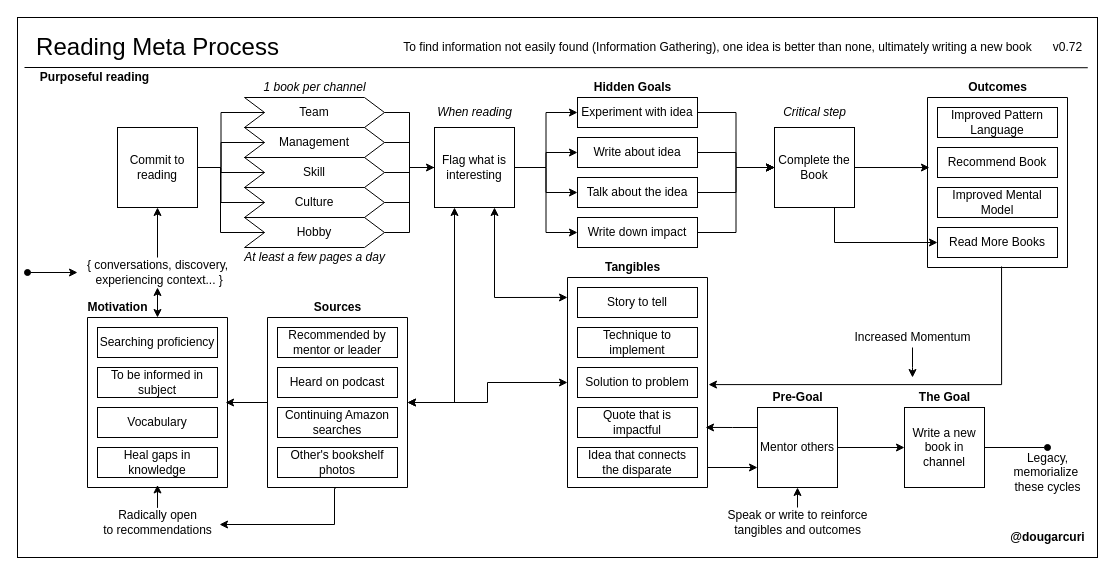
This is books/diagrams/reading-process.drawio from solidi/learning-notes, a draw.io file, before an edit. Source tidied: cells renumbered, new cells numbered last; positions are measured from the earlier drawing's top-left corner, leaving out a move shared by most shapes. Both pictures are drawn from the tidied source at 100%, with x=0, y=0 at pixel (17, 17).
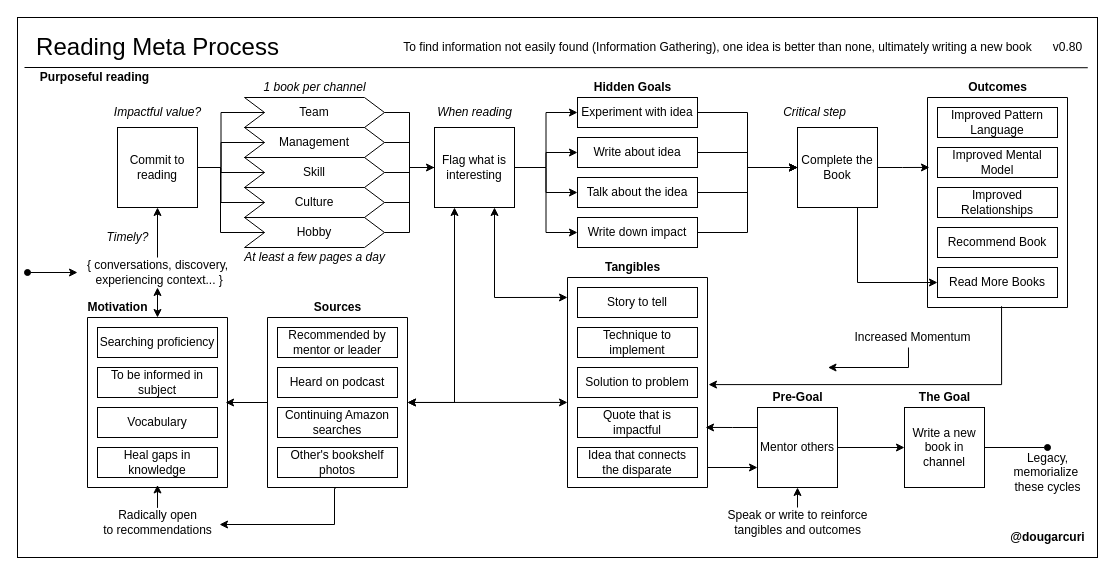
The same diagram, later.

Commit message (it also covers changes not shown here):
Add relationships and being timely in the reading meta diagram

Unchanged cells that the change refers to:
```xml
<mxCell id="6" style="verticalLabelPosition=bottom;verticalAlign=top;html=1;shape=mxgraph.basic.rect;fillColor2=none;strokeWidth=1;size=20;indent=5;fillColor=none;" parent="1" vertex="1">
  <mxGeometry x="550" y="260" width="140" height="210" as="geometry" />
</mxCell>
<mxCell id="70" style="verticalLabelPosition=bottom;verticalAlign=top;html=1;shape=mxgraph.basic.rect;fillColor2=none;strokeWidth=1;size=20;indent=5;fillColor=none;" parent="1" vertex="1">
  <mxGeometry x="250" y="300" width="140" height="170" as="geometry" />
</mxCell>
<mxCell id="93" value="Increased Momentum" style="text;html=1;align=center;verticalAlign=middle;points=[];" parent="1" vertex="1">
  <mxGeometry x="830" y="310" width="130" height="20" as="geometry" />
</mxCell>
```

The edit, as a diff of the source:
```diff
@@
     <mxCell id="4" style="verticalLabelPosition=bottom;verticalAlign=top;html=1;shape=mxgraph.basic.rect;fillColor2=none;strokeWidth=1;size=20;indent=5;fillColor=none;" parent="1" vertex="1">
-      <mxGeometry x="910" y="80" width="140" height="170" as="geometry" />
+      <mxGeometry x="910" y="80" width="140" height="210" as="geometry" />
     </mxCell>
@@
-    <mxCell id="27" value="v0.72" style="text;html=1;align=center;verticalAlign=middle;" parent="1" vertex="1">
+    <mxCell id="27" value="v0.80" style="text;html=1;align=center;verticalAlign=middle;" parent="1" vertex="1">
       <mxGeometry x="1030" y="20" width="40" height="20" as="geometry" />
     </mxCell>
@@
     <mxCell id="40" value="Recommend Book" style="rounded=0;whiteSpace=wrap;html=1;" parent="1" vertex="1">
-      <mxGeometry x="920" y="130" width="120" height="30" as="geometry" />
+      <mxGeometry x="920" y="210" width="120" height="30" as="geometry" />
     </mxCell>
     <mxCell id="41" value="Improved Mental Model" style="rounded=0;whiteSpace=wrap;html=1;" parent="1" vertex="1">
-      <mxGeometry x="920" y="170" width="120" height="30" as="geometry" />
+      <mxGeometry x="920" y="130" width="120" height="30" as="geometry" />
     </mxCell>
     <mxCell id="42" value="Read More Books" style="rounded=0;whiteSpace=wrap;html=1;" parent="1" vertex="1">
-      <mxGeometry x="920" y="210" width="120" height="30" as="geometry" />
+      <mxGeometry x="920" y="250" width="120" height="30" as="geometry" />
     </mxCell>
-    <mxCell id="43" style="edgeStyle=orthogonalEdgeStyle;rounded=0;jettySize=auto;html=1;exitX=1;exitY=0.5;exitDx=0;exitDy=0;entryX=0.014;entryY=0.412;entryDx=0;entryDy=0;entryPerimeter=0;startArrow=none;startFill=0;endArrow=classic;endFill=1;" parent="1" edge="1" source="45" target="4">
+    <mxCell id="43" style="edgeStyle=orthogonalEdgeStyle;rounded=0;jettySize=auto;html=1;exitX=1;exitY=0.5;exitDx=0;exitDy=0;entryX=0.014;entryY=0.333;entryDx=0;entryDy=0;entryPerimeter=0;startArrow=none;startFill=0;endArrow=classic;endFill=1;" parent="1" edge="1" source="45" target="4">
       <mxGeometry relative="1" as="geometry" />
     </mxCell>
@@
     <mxCell id="45" value="Complete the Book" style="whiteSpace=wrap;html=1;" parent="1" vertex="1">
-      <mxGeometry x="757" y="110" width="80" height="80" as="geometry" />
+      <mxGeometry x="780" y="110" width="80" height="80" as="geometry" />
     </mxCell>
@@
-    <mxCell id="61" style="edgeStyle=orthogonalEdgeStyle;rounded=0;jettySize=auto;html=1;startArrow=classic;startFill=1;endArrow=classic;endFill=1;" parent="1" edge="1" source="70" target="6">
+    <mxCell id="61" style="edgeStyle=orthogonalEdgeStyle;rounded=0;jettySize=auto;html=1;startArrow=classic;startFill=1;endArrow=classic;endFill=1;entryX=0;entryY=0.595;entryDx=0;entryDy=0;entryPerimeter=0;" parent="1" edge="1" source="70" target="6">
       <mxGeometry relative="1" as="geometry" />
     </mxCell>
@@
-    <mxCell id="92" style="edgeStyle=orthogonalEdgeStyle;rounded=0;jettySize=auto;html=1;startArrow=none;startFill=0;endArrow=classic;endFill=1;" parent="1" edge="1" source="93">
+    <mxCell id="92" style="edgeStyle=orthogonalEdgeStyle;rounded=0;jettySize=auto;html=1;startArrow=none;startFill=0;endArrow=classic;endFill=1;exitX=0.469;exitY=1;exitDx=0;exitDy=0;exitPerimeter=0;" parent="1" edge="1" source="93">
       <mxGeometry relative="1" as="geometry">
-        <mxPoint x="895" y="360" as="targetPoint" />
+        <mxPoint x="810" y="350" as="targetPoint" />
       </mxGeometry>
     </mxCell>
@@
+    <mxCell id="96" value="&lt;i&gt;Impactful value?&lt;/i&gt;" style="text;html=1;align=center;verticalAlign=middle;" parent="1" vertex="1">
+      <mxGeometry x="90" y="85" width="100" height="20" as="geometry" />
+    </mxCell>
+    <mxCell id="97" value="&lt;i&gt;Timely?&lt;/i&gt;" style="text;html=1;align=center;verticalAlign=middle;" parent="1" vertex="1">
+      <mxGeometry x="80" y="210" width="60" height="20" as="geometry" />
+    </mxCell>
+    <mxCell id="98" value="Improved Relationships" style="rounded=0;whiteSpace=wrap;html=1;" parent="1" vertex="1">
+      <mxGeometry x="920" y="170" width="120" height="30" as="geometry" />
+    </mxCell>
```
